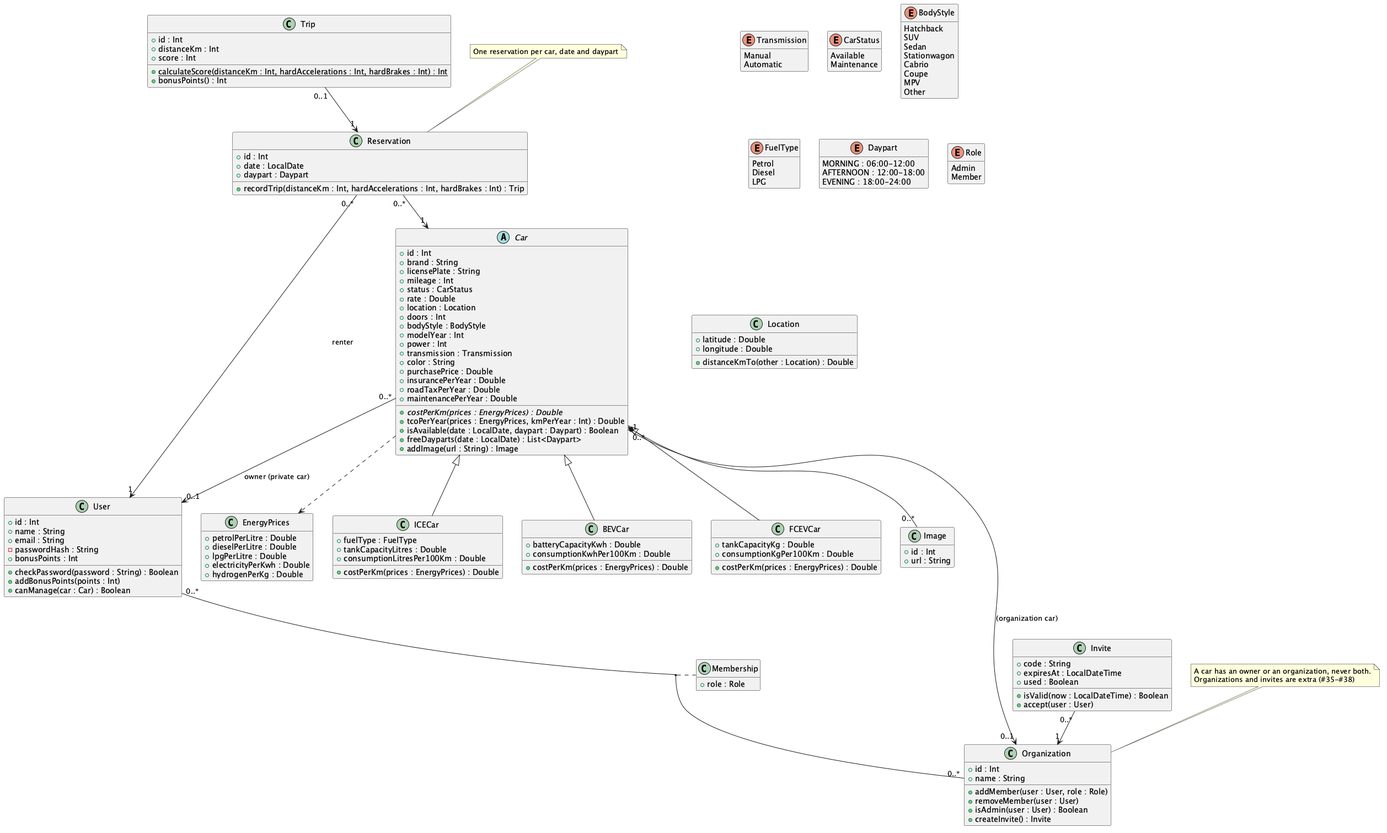
The PlantUML diagram docs/diagrams/domain-model.png in Rent-a-car-38291/rent-a-car, before a commit. The source it was exported from:
```plantuml
@startuml
hide empty members

enum Transmission {
  Manual
  Automatic
}

enum CarStatus {
  Available
  Maintenance
}

enum BodyStyle {
  Hatchback
  SUV
  Sedan
  Stationwagon
  Cabrio
  Coupe
  MPV
  Other
}

enum FuelType {
  Petrol
  Diesel
  LPG
}

enum Daypart {
  MORNING : 06:00-12:00
  AFTERNOON : 12:00-18:00
  EVENING : 18:00-24:00
}

enum Role {
  Admin
  Member
}

class Location {
  + latitude : Double
  + longitude : Double
  + distanceKmTo(other : Location) : Double
}

class EnergyPrices {
  + petrolPerLitre : Double
  + dieselPerLitre : Double
  + lpgPerLitre : Double
  + electricityPerKwh : Double
  + hydrogenPerKg : Double
}

class User {
  + id : Int
  + name : String
  + email : String
  - passwordHash : String
  + bonusPoints : Int
  + checkPassword(password : String) : Boolean
  + addBonusPoints(points : Int)
  + canManage(car : Car) : Boolean
}

abstract class Car {
  + id : Int
  + brand : String
  + licensePlate : String
  + mileage : Int
  + status : CarStatus
  + rate : Double
  + location : Location
  + doors : Int
  + bodyStyle : BodyStyle
  + modelYear : Int
  + power : Int
  + transmission : Transmission
  + color : String
  + purchasePrice : Double
  + insurancePerYear : Double
  + roadTaxPerYear : Double
  + maintenancePerYear : Double
  + {abstract} costPerKm(prices : EnergyPrices) : Double
  + tcoPerYear(prices : EnergyPrices, kmPerYear : Int) : Double
  + isAvailable(date : LocalDate, daypart : Daypart) : Boolean
  + freeDayparts(date : LocalDate) : List<Daypart>
  + addImage(url : String) : Image
}

class ICECar {
  + fuelType : FuelType
  + tankCapacityLitres : Double
  + consumptionLitresPer100Km : Double
  + costPerKm(prices : EnergyPrices) : Double
}

class BEVCar {
  + batteryCapacityKwh : Double
  + consumptionKwhPer100Km : Double
  + costPerKm(prices : EnergyPrices) : Double
}

class FCEVCar {
  + tankCapacityKg : Double
  + consumptionKgPer100Km : Double
  + costPerKm(prices : EnergyPrices) : Double
}

class Image {
  + id : Int
  + url : String
}

class Reservation {
  + id : Int
  + date : LocalDate
  + daypart : Daypart
  + recordTrip(distanceKm : Int, hardAccelerations : Int, hardBrakes : Int) : Trip
}

class Trip {
  + id : Int
  + distanceKm : Int
  + score : Int
  + {static} calculateScore(distanceKm : Int, hardAccelerations : Int, hardBrakes : Int) : Int
  + bonusPoints() : Int
}

class Organization {
  + id : Int
  + name : String
  + addMember(user : User, role : Role)
  + removeMember(user : User)
  + isAdmin(user : User) : Boolean
  + createInvite() : Invite
}

class Membership {
  + role : Role
}

class Invite {
  + code : String
  + expiresAt : LocalDateTime
  + used : Boolean
  + isValid(now : LocalDateTime) : Boolean
  + accept(user : User)
}

Car <|-- ICECar
Car <|-- BEVCar
Car <|-- FCEVCar

Car "0..*" --> "0..1" User : owner (private car)
Car "0..*" --> "0..1" Organization : (organization car)
Car "1" *-- "0..*" Image
Car ..> EnergyPrices
Reservation "0..*" --> "1" Car
Reservation "0..*" --> "1" User : renter
Trip "0..1" --> "1" Reservation
User "0..*" -- "0..*" Organization
(User, Organization) .. Membership
Invite "0..*" --> "1" Organization

note "One reservation per car, date and daypart" as N1
N1 .. Reservation
note "A car has an owner or an organization, never both.\nOrganizations and invites are extra (#35-#38)" as N2
N2 .. Organization

@enduml
```
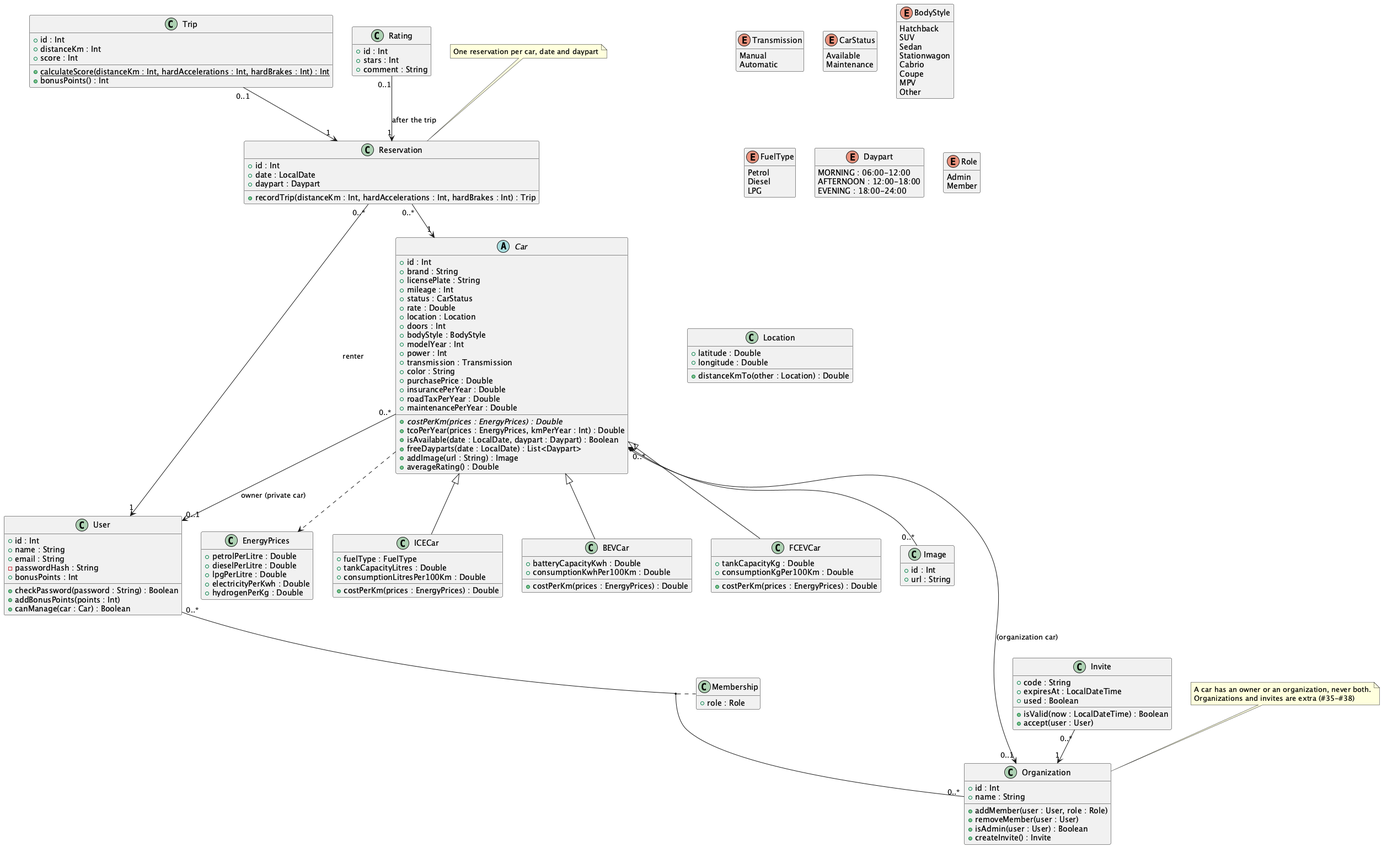
The same file after the commit.

Diff of the diagram source:
```diff
@@ -87,6 +87,7 @@
   + isAvailable(date : LocalDate, daypart : Daypart) : Boolean
   + freeDayparts(date : LocalDate) : List<Daypart>
   + addImage(url : String) : Image
+  + averageRating() : Double
 }
 
 class ICECar {
@@ -128,6 +129,12 @@
   + bonusPoints() : Int
 }
 
+class Rating {
+  + id : Int
+  + stars : Int
+  + comment : String
+}
+
 class Organization {
   + id : Int
   + name : String
@@ -160,6 +167,7 @@
 Reservation "0..*" --> "1" Car
 Reservation "0..*" --> "1" User : renter
 Trip "0..1" --> "1" Reservation
+Rating "0..1" --> "1" Reservation : after the trip
 User "0..*" -- "0..*" Organization
 (User, Organization) .. Membership
 Invite "0..*" --> "1" Organization
```
